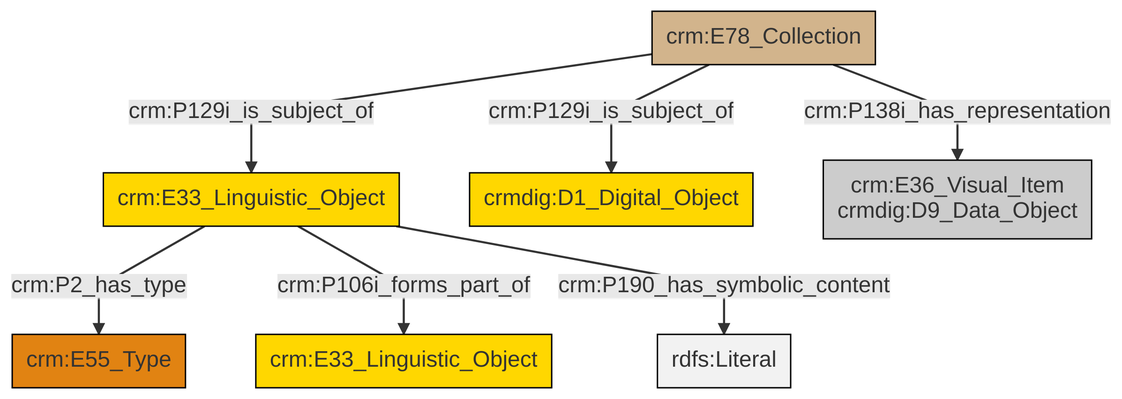
Earlier version of the Mermaid export et/archivalCSV/ttl/mmd/png/archival_docs.png (swiss-art-research-net/docs.swissartresearch). Its source is kept beside it as et/archivalCSV/ttl/mmd/archival_docs.ttl.mmd.
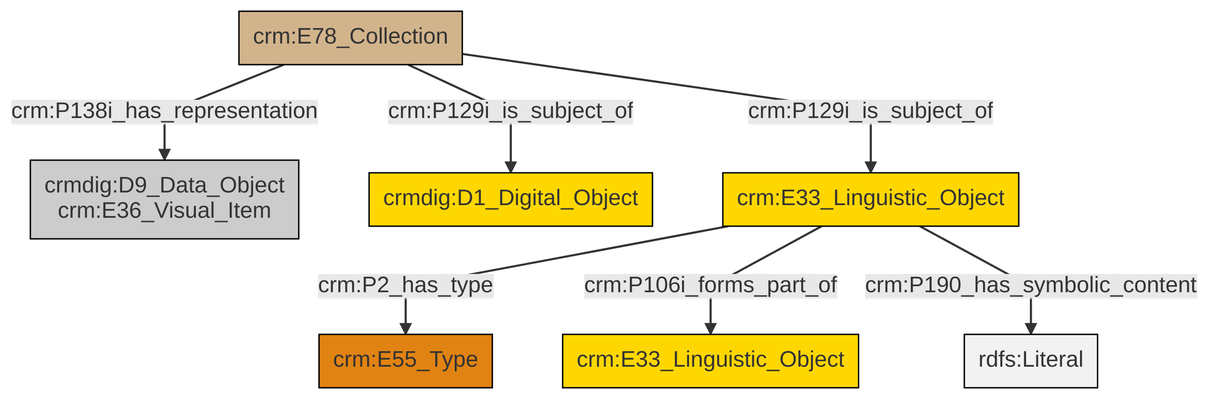
After the change.

The edit, as a diff of the source:
```diff
@@ -13,9 +13,9 @@
 classDef PC_Classes fill:#4ce600, stroke:#000000;
 classDef Multi fill:#cccccc,stroke:#000000;
 
-2["crm:E33_Linguistic_Object"]:::Conceptual_Object -->|crm:P2_has_type| 0["crm:E55_Type"]:::Type
-2["crm:E33_Linguistic_Object"]:::Conceptual_Object -->|crm:P106i_forms_part_of| 3["crm:E33_Linguistic_Object"]:::Conceptual_Object
-5["crm:E78_Collection"]:::Physical_Thing -->|crm:P129i_is_subject_of| 6["crmdig:D1_Digital_Object"]:::Conceptual_Object
-5["crm:E78_Collection"]:::Physical_Thing -->|crm:P138i_has_representation| 7["crm:E36_Visual_Item<br>crmdig:D9_Data_Object"]:::Multi
-5["crm:E78_Collection"]:::Physical_Thing -->|crm:P129i_is_subject_of| 2["crm:E33_Linguistic_Object"]:::Conceptual_Object
-2["crm:E33_Linguistic_Object"]:::Conceptual_Object -->|crm:P190_has_symbolic_content| 12[rdfs:Literal]:::Literal
+0["crm:E78_Collection"]:::Physical_Thing -->|crm:P138i_has_representation| 1["crmdig:D9_Data_Object<br>crm:E36_Visual_Item"]:::Multi
+6["crm:E33_Linguistic_Object"]:::Conceptual_Object -->|crm:P2_has_type| 4["crm:E55_Type"]:::Type
+0["crm:E78_Collection"]:::Physical_Thing -->|crm:P129i_is_subject_of| 2["crmdig:D1_Digital_Object"]:::Conceptual_Object
+0["crm:E78_Collection"]:::Physical_Thing -->|crm:P129i_is_subject_of| 6["crm:E33_Linguistic_Object"]:::Conceptual_Object
+6["crm:E33_Linguistic_Object"]:::Conceptual_Object -->|crm:P106i_forms_part_of| 8["crm:E33_Linguistic_Object"]:::Conceptual_Object
+6["crm:E33_Linguistic_Object"]:::Conceptual_Object -->|crm:P190_has_symbolic_content| 14[rdfs:Literal]:::Literal
```
